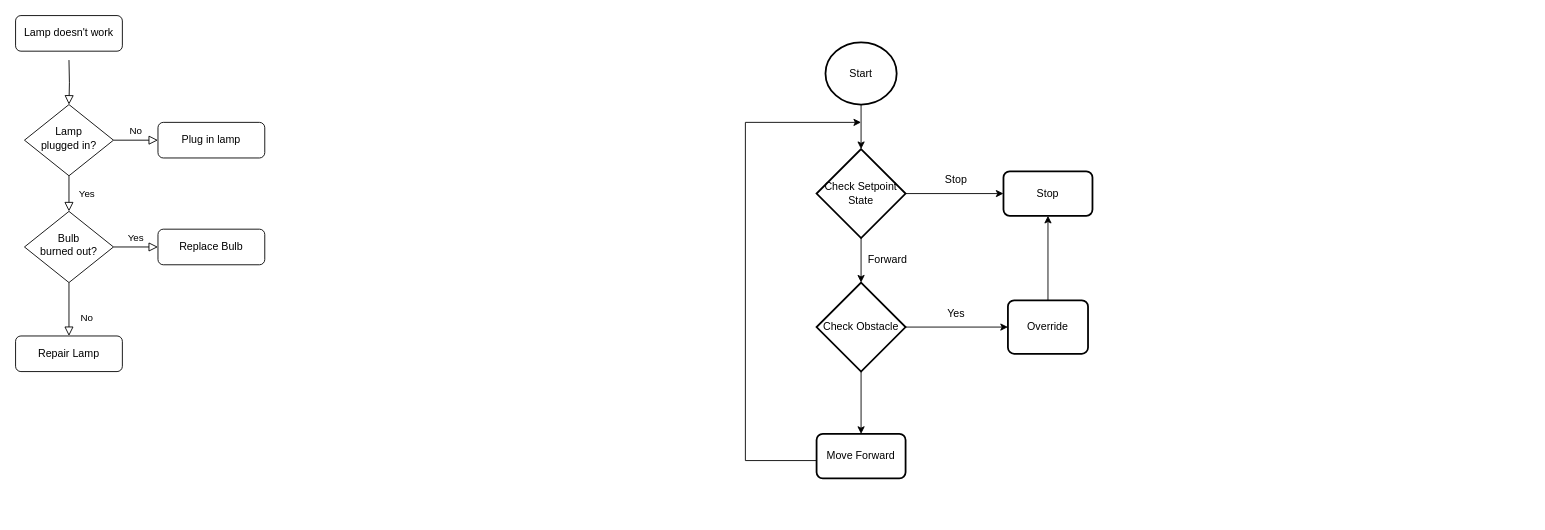
Earlier version of the draw.io diagram Diagrams/algorithmflow.drawio (mekuro9/PWAO-CSU). Source tidied: cells renumbered, new cells numbered last; positions are measured from the earlier drawing's top-left corner, leaving out a move shared by most shapes. Both pictures are drawn from the tidied source at 89%, with x=0, y=0 at pixel (15, 15).
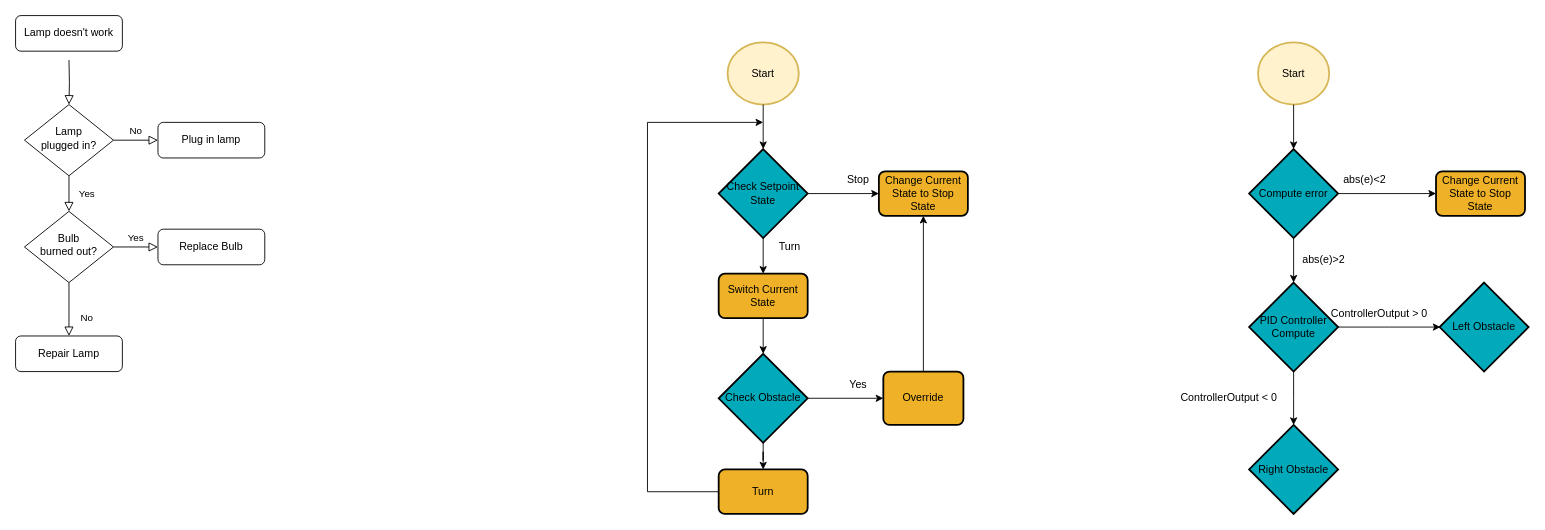
Above is the later version.

Change to the diagram source:
```diff
@@
-    <mxCell id="13" value="Stop" style="rounded=1;whiteSpace=wrap;html=1;absoluteArcSize=1;arcSize=14;strokeWidth=2;" parent="1" vertex="1">
-      <mxGeometry x="1110" y="175" width="100" height="50" as="geometry" />
+    <mxCell id="13" value="Change Current State to Stop State" style="rounded=1;whiteSpace=wrap;html=1;absoluteArcSize=1;arcSize=14;strokeWidth=2;fillColor=#eeb127;" parent="1" vertex="1">
+      <mxGeometry x="970" y="175" width="100" height="50" as="geometry" />
     </mxCell>
-    <mxCell id="14" value="Start" style="strokeWidth=2;html=1;shape=mxgraph.flowchart.start_2;whiteSpace=wrap;" parent="1" vertex="1">
-      <mxGeometry x="910" y="30" width="80" height="70" as="geometry" />
+    <mxCell id="14" value="Start" style="strokeWidth=2;html=1;shape=mxgraph.flowchart.start_2;whiteSpace=wrap;fillColor=#fff2cc;strokeColor=#d6b656;" parent="1" vertex="1">
+      <mxGeometry x="800" y="30" width="80" height="70" as="geometry" />
     </mxCell>
@@
+    <mxCell id="29" style="edgeStyle=orthogonalEdgeStyle;rounded=0;jettySize=auto;html=1;entryX=0.5;entryY=0;entryDx=0;entryDy=0;" parent="1" edge="1" source="16" target="42">
+      <mxGeometry relative="1" as="geometry" />
+    </mxCell>
-    <mxCell id="16" value="Check Setpoint State" style="strokeWidth=2;html=1;shape=mxgraph.flowchart.decision;whiteSpace=wrap;" parent="1" vertex="1">
-      <mxGeometry x="900" y="150" width="100" height="100" as="geometry" />
+    <mxCell id="16" value="Check Setpoint State" style="strokeWidth=2;html=1;shape=mxgraph.flowchart.decision;whiteSpace=wrap;fillColor=#00aabb;" parent="1" vertex="1">
+      <mxGeometry x="790" y="150" width="100" height="100" as="geometry" />
     </mxCell>
@@
-    <mxCell id="19" value="Check Obstacle" style="strokeWidth=2;html=1;shape=mxgraph.flowchart.decision;whiteSpace=wrap;" parent="1" vertex="1">
-      <mxGeometry x="900" y="300" width="100" height="100" as="geometry" />
+    <mxCell id="19" value="Check Obstacle" style="strokeWidth=2;html=1;shape=mxgraph.flowchart.decision;whiteSpace=wrap;fillColor=#00aabb;" parent="1" vertex="1">
+      <mxGeometry x="790" y="380" width="100" height="100" as="geometry" />
     </mxCell>
     <mxCell id="20" style="edgeStyle=orthogonalEdgeStyle;rounded=0;jettySize=auto;html=1;" parent="1" edge="1" source="21">
       <mxGeometry relative="1" as="geometry">
-        <mxPoint x="950" y="120" as="targetPoint" />
+        <mxPoint x="840" y="120" as="targetPoint" />
         <Array as="points">
-          <mxPoint x="820" y="500" />
-          <mxPoint x="820" y="120" />
+          <mxPoint x="710" y="535" />
+          <mxPoint x="710" y="120" />
         </Array>
       </mxGeometry>
     </mxCell>
-    <mxCell id="21" value="Move Forward" style="rounded=1;whiteSpace=wrap;html=1;absoluteArcSize=1;arcSize=14;strokeWidth=2;" parent="1" vertex="1">
-      <mxGeometry x="900" y="470" width="100" height="50" as="geometry" />
+    <mxCell id="21" value="Turn" style="rounded=1;whiteSpace=wrap;html=1;absoluteArcSize=1;arcSize=14;strokeWidth=2;fillColor=#eeb127;" parent="1" vertex="1">
+      <mxGeometry x="790" y="510" width="100" height="50" as="geometry" />
     </mxCell>
@@
-    <mxCell id="23" value="Override" style="rounded=1;whiteSpace=wrap;html=1;absoluteArcSize=1;arcSize=14;strokeWidth=2;" parent="1" vertex="1">
-      <mxGeometry x="1115" y="320" width="90" height="60" as="geometry" />
+    <mxCell id="23" value="Override" style="rounded=1;whiteSpace=wrap;html=1;absoluteArcSize=1;arcSize=14;strokeWidth=2;fillColor=#eeb127;" parent="1" vertex="1">
+      <mxGeometry x="975" y="400" width="90" height="60" as="geometry" />
     </mxCell>
@@
-    <mxCell id="25" style="edgeStyle=orthogonalEdgeStyle;rounded=0;jettySize=auto;html=1;entryX=0.5;entryY=0;entryDx=0;entryDy=0;entryPerimeter=0;" parent="1" edge="1" source="16" target="19">
-      <mxGeometry relative="1" as="geometry" />
-    </mxCell>
     <mxCell id="26" value="Stop" style="text;html=1;align=center;verticalAlign=middle;whiteSpace=wrap;rounded=0;" parent="1" vertex="1">
-      <mxGeometry x="1027" y="170" width="60" height="30" as="geometry" />
+      <mxGeometry x="917" y="170" width="60" height="30" as="geometry" />
     </mxCell>
     <mxCell id="27" value="Yes" style="text;html=1;align=center;verticalAlign=middle;whiteSpace=wrap;rounded=0;" parent="1" vertex="1">
-      <mxGeometry x="1027" y="320" width="60" height="30" as="geometry" />
+      <mxGeometry x="917" y="400" width="60" height="30" as="geometry" />
     </mxCell>
-    <mxCell id="28" value="Forward" style="text;html=1;align=center;verticalAlign=middle;whiteSpace=wrap;rounded=0;" parent="1" vertex="1">
-      <mxGeometry x="950" y="260" width="60" height="30" as="geometry" />
+    <mxCell id="28" value="Turn" style="text;html=1;align=center;verticalAlign=middle;whiteSpace=wrap;rounded=0;" parent="1" vertex="1">
+      <mxGeometry x="840" y="245" width="60" height="30" as="geometry" />
     </mxCell>
+    <mxCell id="30" value="Change Current State to Stop State" style="rounded=1;whiteSpace=wrap;html=1;absoluteArcSize=1;arcSize=14;strokeWidth=2;fillColor=#eeb127;" parent="1" vertex="1">
+      <mxGeometry x="1596" y="175" width="100" height="50" as="geometry" />
+    </mxCell>
+    <mxCell id="31" value="Start" style="strokeWidth=2;html=1;shape=mxgraph.flowchart.start_2;whiteSpace=wrap;fillColor=#fff2cc;strokeColor=#d6b656;" parent="1" vertex="1">
+      <mxGeometry x="1396" y="30" width="80" height="70" as="geometry" />
+    </mxCell>
+    <mxCell id="32" style="edgeStyle=orthogonalEdgeStyle;rounded=0;jettySize=auto;html=1;entryX=0;entryY=0.5;entryDx=0;entryDy=0;" parent="1" edge="1" source="33" target="30">
+      <mxGeometry relative="1" as="geometry" />
+    </mxCell>
+    <mxCell id="33" value="Compute error" style="strokeWidth=2;html=1;shape=mxgraph.flowchart.decision;whiteSpace=wrap;fillColor=#00aabb;" parent="1" vertex="1">
+      <mxGeometry x="1386" y="150" width="100" height="100" as="geometry" />
+    </mxCell>
+    <mxCell id="34" style="edgeStyle=orthogonalEdgeStyle;rounded=0;jettySize=auto;html=1;" parent="1" edge="1" source="36">
+      <mxGeometry relative="1" as="geometry">
+        <mxPoint x="1436" y="460" as="targetPoint" />
+      </mxGeometry>
+    </mxCell>
+    <mxCell id="35" style="edgeStyle=orthogonalEdgeStyle;rounded=0;jettySize=auto;html=1;entryX=0;entryY=0.5;entryDx=0;entryDy=0;" parent="1" edge="1" source="36">
+      <mxGeometry relative="1" as="geometry">
+        <mxPoint x="1601" y="350" as="targetPoint" />
+      </mxGeometry>
+    </mxCell>
+    <mxCell id="36" value="PID Controller Compute" style="strokeWidth=2;html=1;shape=mxgraph.flowchart.decision;whiteSpace=wrap;fillColor=#00aabb;" parent="1" vertex="1">
+      <mxGeometry x="1386" y="300" width="100" height="100" as="geometry" />
+    </mxCell>
+    <mxCell id="37" style="edgeStyle=orthogonalEdgeStyle;rounded=0;jettySize=auto;html=1;entryX=0.5;entryY=0;entryDx=0;entryDy=0;entryPerimeter=0;" parent="1" edge="1" source="31" target="33">
+      <mxGeometry relative="1" as="geometry" />
+    </mxCell>
+    <mxCell id="38" style="edgeStyle=orthogonalEdgeStyle;rounded=0;jettySize=auto;html=1;entryX=0.5;entryY=0;entryDx=0;entryDy=0;entryPerimeter=0;" parent="1" edge="1" source="33" target="36">
+      <mxGeometry relative="1" as="geometry" />
+    </mxCell>
+    <mxCell id="39" value="abs(e)&amp;gt;2" style="text;html=1;align=center;verticalAlign=middle;whiteSpace=wrap;rounded=0;" parent="1" vertex="1">
+      <mxGeometry x="1440" y="260" width="60" height="30" as="geometry" />
+    </mxCell>
+    <mxCell id="40" value="ControllerOutput &amp;gt; 0" style="text;html=1;align=center;verticalAlign=middle;whiteSpace=wrap;rounded=0;" parent="1" vertex="1">
+      <mxGeometry x="1469" y="320" width="127" height="30" as="geometry" />
+    </mxCell>
+    <mxCell id="41" value="abs(e)&amp;lt;2" style="text;html=1;align=center;verticalAlign=middle;whiteSpace=wrap;rounded=0;" parent="1" vertex="1">
+      <mxGeometry x="1486" y="170" width="60" height="30" as="geometry" />
+    </mxCell>
+    <mxCell id="42" value="Switch Current State" style="rounded=1;whiteSpace=wrap;html=1;absoluteArcSize=1;arcSize=14;strokeWidth=2;fillColor=#eeb127;" parent="1" vertex="1">
+      <mxGeometry x="790" y="290" width="100" height="50" as="geometry" />
+    </mxCell>
+    <mxCell id="43" style="edgeStyle=orthogonalEdgeStyle;rounded=0;jettySize=auto;html=1;entryX=0.5;entryY=0;entryDx=0;entryDy=0;entryPerimeter=0;" parent="1" edge="1" source="42" target="19">
+      <mxGeometry relative="1" as="geometry" />
+    </mxCell>
+    <mxCell id="44" value="ControllerOutput &amp;lt; 0" style="text;html=1;align=center;verticalAlign=middle;whiteSpace=wrap;rounded=0;" parent="1" vertex="1">
+      <mxGeometry x="1300" y="415" width="127" height="30" as="geometry" />
+    </mxCell>
+    <mxCell id="45" value="Right Obstacle" style="strokeWidth=2;html=1;shape=mxgraph.flowchart.decision;whiteSpace=wrap;fillColor=#00aabb;" parent="1" vertex="1">
+      <mxGeometry x="1386" y="460" width="100" height="100" as="geometry" />
+    </mxCell>
+    <mxCell id="46" value="Left Obstacle" style="strokeWidth=2;html=1;shape=mxgraph.flowchart.decision;whiteSpace=wrap;fillColor=#00aabb;" parent="1" vertex="1">
+      <mxGeometry x="1600" y="300" width="100" height="100" as="geometry" />
+    </mxCell>
```
